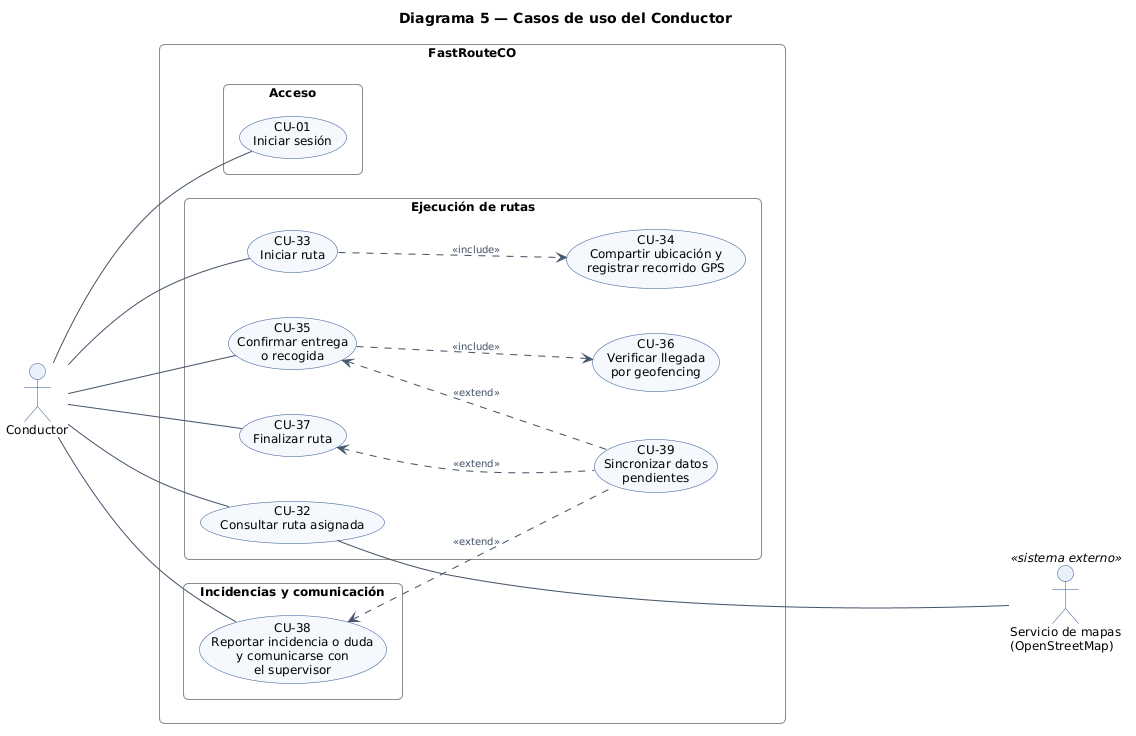
This is docs/casos-de-uso/conductor.png from JuanBallares03/Electiva-CPC, a PlantUML export, as it was before one commit. Source of this version:
```plantuml
@startuml
left to right direction
skinparam backgroundColor white
skinparam defaultFontName Arial
skinparam defaultFontSize 12
skinparam shadowing false
skinparam packageStyle rectangle
skinparam roundCorner 10
skinparam nodesep 45
skinparam ranksep 130
skinparam ArrowColor #44546A
skinparam ArrowFontSize 10
skinparam ArrowFontColor #44546A
skinparam actor {
  BorderColor #2F5597
  BackgroundColor #EAF1FB
}
skinparam usecase {
  BackgroundColor #F5F8FC
  BorderColor #2F5597
}
skinparam rectangle {
  BorderColor #404040
  BackgroundColor white
  FontStyle bold
}
skinparam package {
  BorderColor #8C8C8C
  BackgroundColor #FAFAFA
  FontStyle bold
  FontSize 11
}
skinparam note {
  BackgroundColor #FFFDE7
  BorderColor #B0A060
}

title Diagrama 5 — Casos de uso del Conductor

actor "Conductor" as Cond
rectangle "FastRouteCO" as Sistema {
  package "Acceso" as PAcc {
    usecase "CU-01\nIniciar sesión" as CU01
  }
  package "Ejecución de rutas" as PEje {
    usecase "CU-32\nConsultar ruta asignada" as CU32
    usecase "CU-33\nIniciar ruta" as CU33
    usecase "CU-34\nCompartir ubicación y\nregistrar recorrido GPS" as CU34
    usecase "CU-35\nConfirmar entrega\no recogida" as CU35
    usecase "CU-36\nVerificar llegada\npor geofencing" as CU36
    usecase "CU-37\nFinalizar ruta" as CU37
    usecase "CU-39\nSincronizar datos\npendientes" as CU39
  }
  package "Incidencias y comunicación" as PInc {
    usecase "CU-38\nReportar incidencia o duda\ny comunicarse con\nel supervisor" as CU38
  }
}
actor "Servicio de mapas\n(OpenStreetMap)" as Mapas <<sistema externo>>

Cond -- CU01
Cond -- CU32
Cond -- CU33
Cond -- CU35
Cond -- CU37
Cond -- CU38
CU33 ..> CU34 : <<include>>
CU35 ..> CU36 : <<include>>
CU35 <.. CU39 : <<extend>>
CU37 <.. CU39 : <<extend>>
CU38 <.. CU39 : <<extend>>

CU32 ---- Mapas
@enduml
```
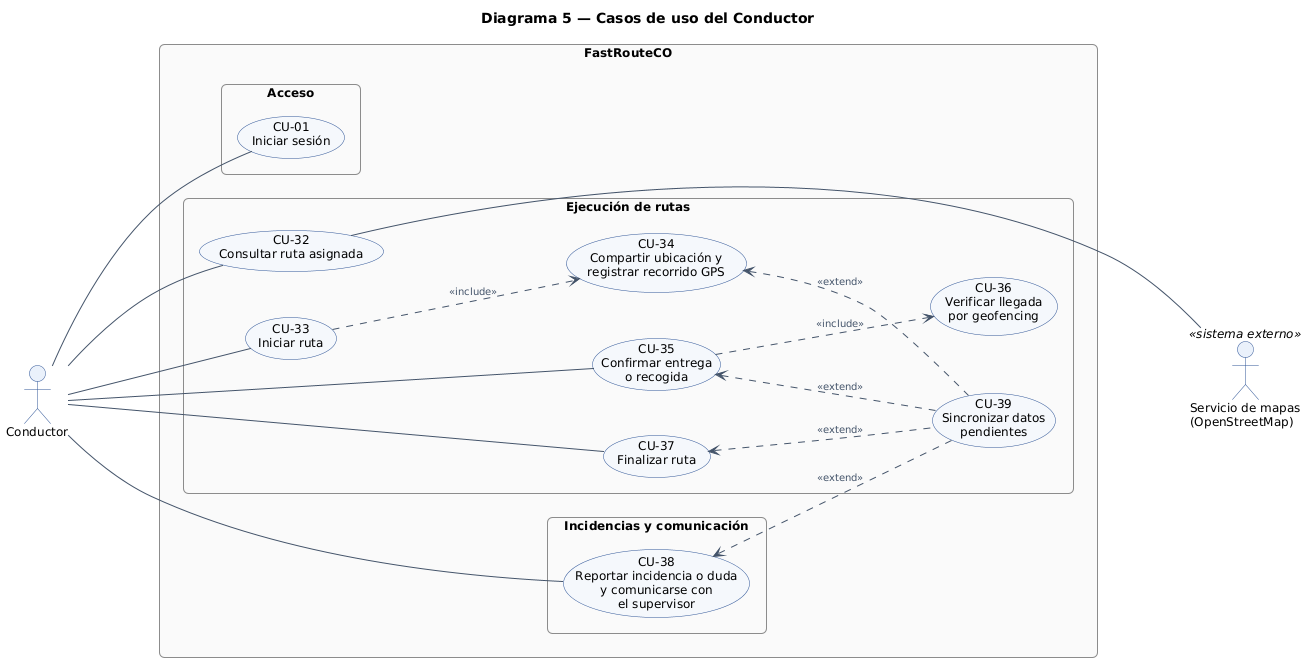
After the change.

Commit message:
docs(use-cases): remove map service from CU-25 and add CU-39 extend to CU-34

Change to the diagram source:
```diff
@@ -1,4 +1,4 @@
-@startuml
+@startuml d5_conductor
 left to right direction
 skinparam backgroundColor white
 skinparam defaultFontName Arial
@@ -65,9 +65,11 @@
 Cond -- CU38
 CU33 ..> CU34 : <<include>>
 CU35 ..> CU36 : <<include>>
+CU34 <.. CU39 : <<extend>>
 CU35 <.. CU39 : <<extend>>
 CU37 <.. CU39 : <<extend>>
 CU38 <.. CU39 : <<extend>>
 
 CU32 ---- Mapas
+CU38 -[hidden]- Mapas
 @enduml
```
